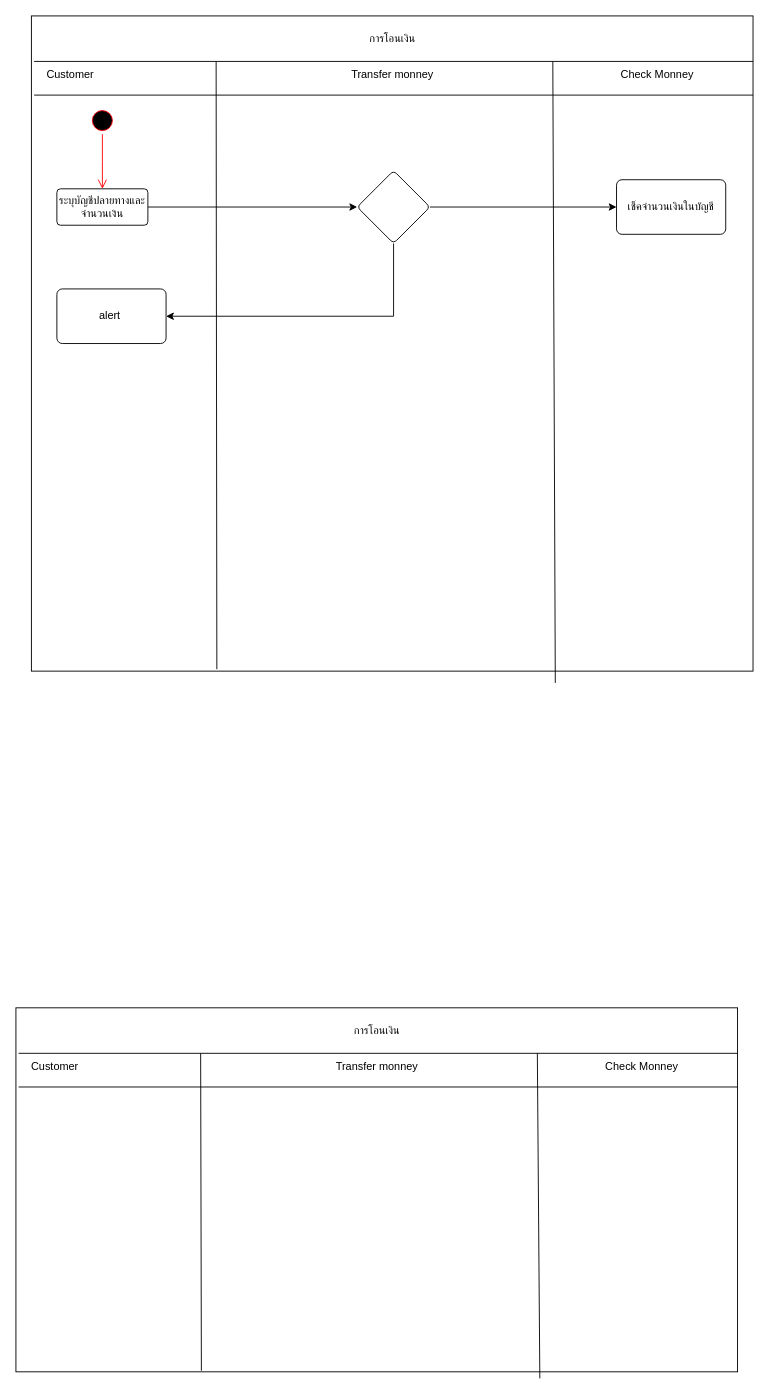
The draw.io diagram OOSELab4_Activity.drawio in Supatchai2003/OOSE-, before the edit. Source tidied: cells renumbered, new cells numbered last; positions are measured from the earlier drawing's top-left corner, leaving out a move shared by most shapes. Both pictures are drawn from the tidied source at 91%, with x=0, y=0 at pixel (15, 15).
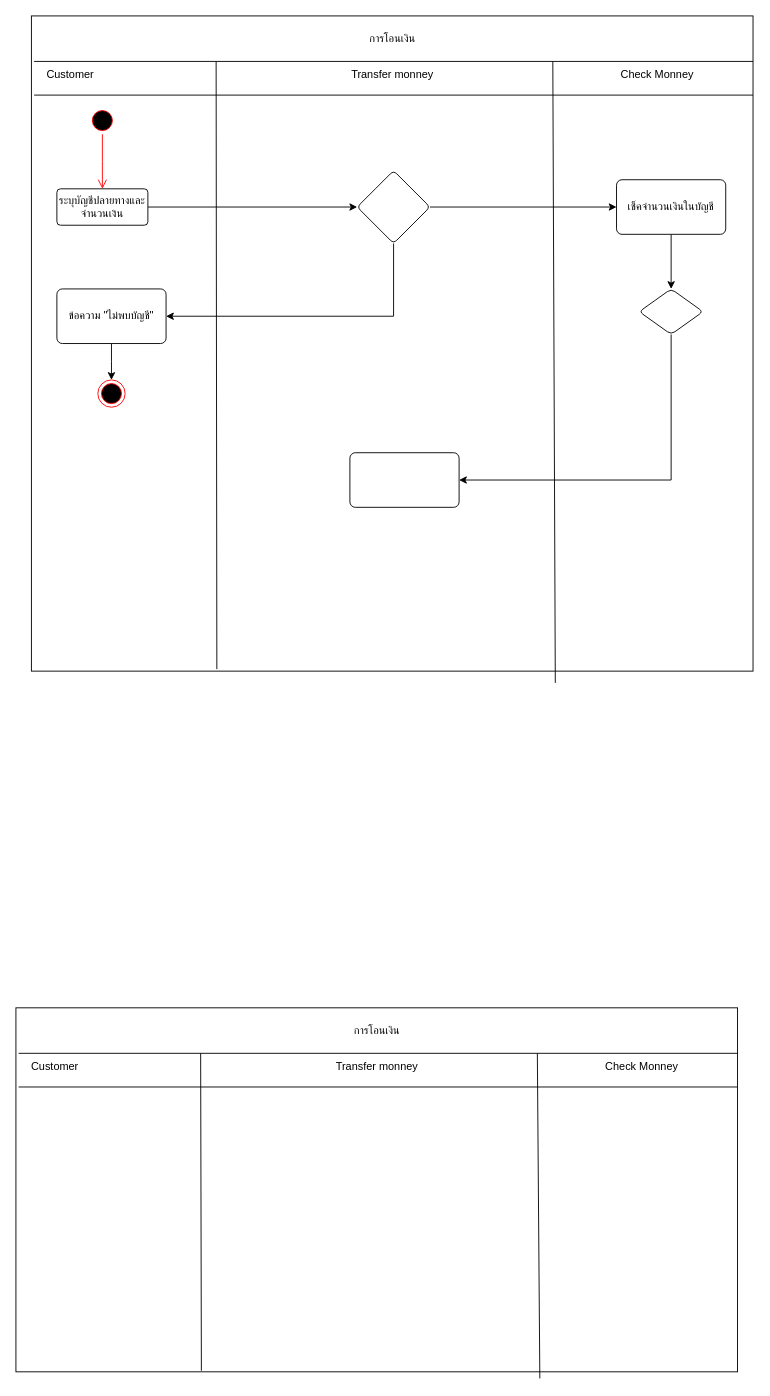
The same page after the edit.

Unchanged cells that the change refers to:
```xml
<mxCell id="27" value="เช็คจำนวนเงินในบัญชี" style="whiteSpace=wrap;html=1;rounded=1;arcSize=10;" parent="1" vertex="1">
  <mxGeometry x="660" y="180" width="120" height="60" as="geometry" />
</mxCell>
```

What changed in the source:
```diff
@@
+    <mxCell id="29" style="edgeStyle=orthogonalEdgeStyle;rounded=0;jettySize=auto;html=1;" parent="1" edge="1" source="27" target="32">
+      <mxGeometry relative="1" as="geometry" />
+    </mxCell>
@@
+    <mxCell id="30" style="edgeStyle=orthogonalEdgeStyle;rounded=0;jettySize=auto;html=1;" parent="1" edge="1" source="28">
+      <mxGeometry relative="1" as="geometry">
+        <mxPoint x="105" y="400" as="targetPoint" />
+      </mxGeometry>
+    </mxCell>
-    <mxCell id="28" value="alert&amp;nbsp;" style="whiteSpace=wrap;html=1;rounded=1;arcSize=10;" parent="1" vertex="1">
+    <mxCell id="28" value="ข้อความ &quot;ไม่พบบัญชี&quot;" style="whiteSpace=wrap;html=1;rounded=1;arcSize=10;" parent="1" vertex="1">
       <mxGeometry x="45" y="300" width="120" height="60" as="geometry" />
     </mxCell>
+    <mxCell id="31" style="edgeStyle=orthogonalEdgeStyle;rounded=0;jettySize=auto;html=1;" parent="1" edge="1" source="32" target="33">
+      <mxGeometry relative="1" as="geometry">
+        <Array as="points">
+          <mxPoint x="720" y="510" />
+        </Array>
+      </mxGeometry>
+    </mxCell>
+    <mxCell id="32" style="rhombus;whiteSpace=wrap;html=1;rounded=1;arcSize=10;" parent="1" vertex="1">
+      <mxGeometry x="685" y="300" width="70" height="50" as="geometry" />
+    </mxCell>
+    <mxCell id="33" style="whiteSpace=wrap;html=1;rounded=1;arcSize=10;" parent="1" vertex="1">
+      <mxGeometry x="367" y="480" width="120" height="60" as="geometry" />
+    </mxCell>
+    <mxCell id="34" style="ellipse;html=1;shape=endState;fillColor=#000000;strokeColor=#ff0000;" parent="1" vertex="1">
+      <mxGeometry x="90" y="400" width="30" height="30" as="geometry" />
+    </mxCell>
```
